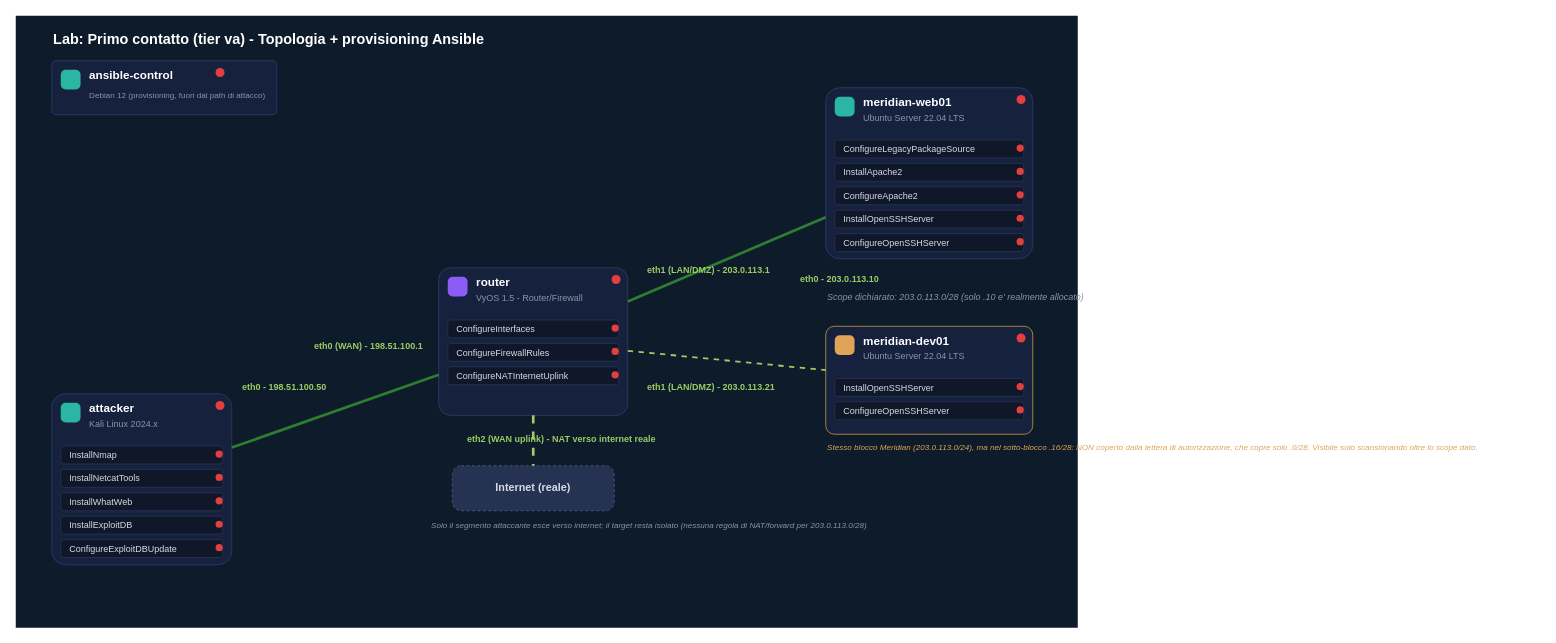
Above: docs/labs/first-contact/first-contact-topology.drawio in leoleo1010/CPPT (draw.io), before the change. Source tidied: cells renumbered, new cells numbered last; positions are measured from the earlier drawing's top-left corner, leaving out a move shared by most shapes. Both pictures are drawn from the tidied source at 90%, with x=0, y=0 at pixel (15, 15).
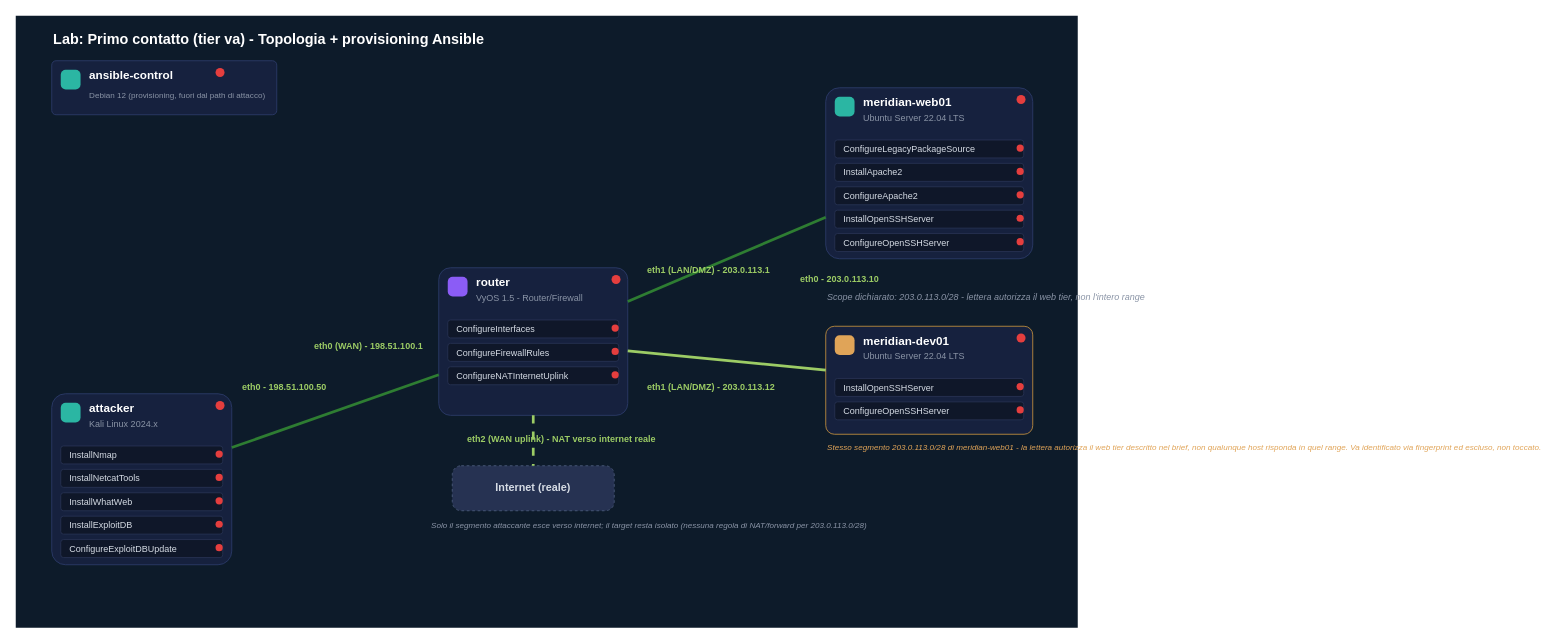
The same page after the edit.

Commit message (it also covers changes not shown here):
Move First Contact's noise host inside the authorized /28

The change refers to these unchanged cells:
```xml
<mxCell id="24" style="rounded=1;arcSize=8;whiteSpace=wrap;html=1;fillColor=#16213E;strokeColor=#2B3A67;" parent="1" vertex="1">
  <mxGeometry x="470" y="280" width="210" height="164" as="geometry" />
</mxCell>
<mxCell id="61" style="rounded=1;arcSize=8;whiteSpace=wrap;html=1;fillColor=#16213E;strokeColor=#B98B3E;" parent="1" vertex="1">
  <mxGeometry x="900" y="345" width="230" height="120" as="geometry" />
</mxCell>
```

Change to the diagram source:
```diff
@@
-    <mxCell id="57" value="Scope dichiarato: 203.0.113.0/28 (solo .10 e' realmente allocato)" style="text;html=1;fontSize=10;fontColor=#8A94A6;fontStyle=2;" parent="1" vertex="1">
-      <mxGeometry x="900" y="300" width="300" height="18" as="geometry" />
+    <mxCell id="57" value="Scope dichiarato: 203.0.113.0/28 - lettera autorizza il web tier, non l'intero range" style="text;html=1;fontSize=10;fontColor=#8A94A6;fontStyle=2;" parent="1" vertex="1">
+      <mxGeometry x="900" y="300" width="320" height="18" as="geometry" />
     </mxCell>
@@
-    <mxCell id="70" style="endArrow=none;html=1;strokeColor=#9CCC65;strokeWidth=2;dashed=1;" parent="1" edge="1" source="24" target="61">
+    <mxCell id="70" style="endArrow=none;html=1;strokeColor=#9CCC65;strokeWidth=3;" parent="1" edge="1" source="24" target="61">
       <mxGeometry relative="1" as="geometry" />
     </mxCell>
-    <mxCell id="71" value="eth1 (LAN/DMZ) - 203.0.113.21" style="text;html=1;fontSize=10;fontColor=#9CCC65;fontStyle=1;" parent="1" vertex="1">
+    <mxCell id="71" value="eth1 (LAN/DMZ) - 203.0.113.12" style="text;html=1;fontSize=10;fontColor=#9CCC65;fontStyle=1;" parent="1" vertex="1">
       <mxGeometry x="700" y="400" width="200" height="18" as="geometry" />
     </mxCell>
-    <mxCell id="72" value="Stesso blocco Meridian (203.0.113.0/24), ma nel sotto-blocco .16/28: NON coperto dalla lettera di autorizzazione, che copre solo .0/28. Visibile solo scansionando oltre lo scope dato." style="text;html=1;fontSize=9;fontColor=#E0A458;fontStyle=2;" parent="1" vertex="1">
-      <mxGeometry x="900" y="468" width="230" height="40" as="geometry" />
+    <mxCell id="72" value="Stesso segmento 203.0.113.0/28 di meridian-web01 - la lettera autorizza il web tier descritto nel brief, non qualunque host risponda in quel range. Va identificato via fingerprint ed escluso, non toccato." style="text;html=1;fontSize=9;fontColor=#E0A458;fontStyle=2;" parent="1" vertex="1">
+      <mxGeometry x="900" y="468" width="230" height="50" as="geometry" />
     </mxCell>
```
